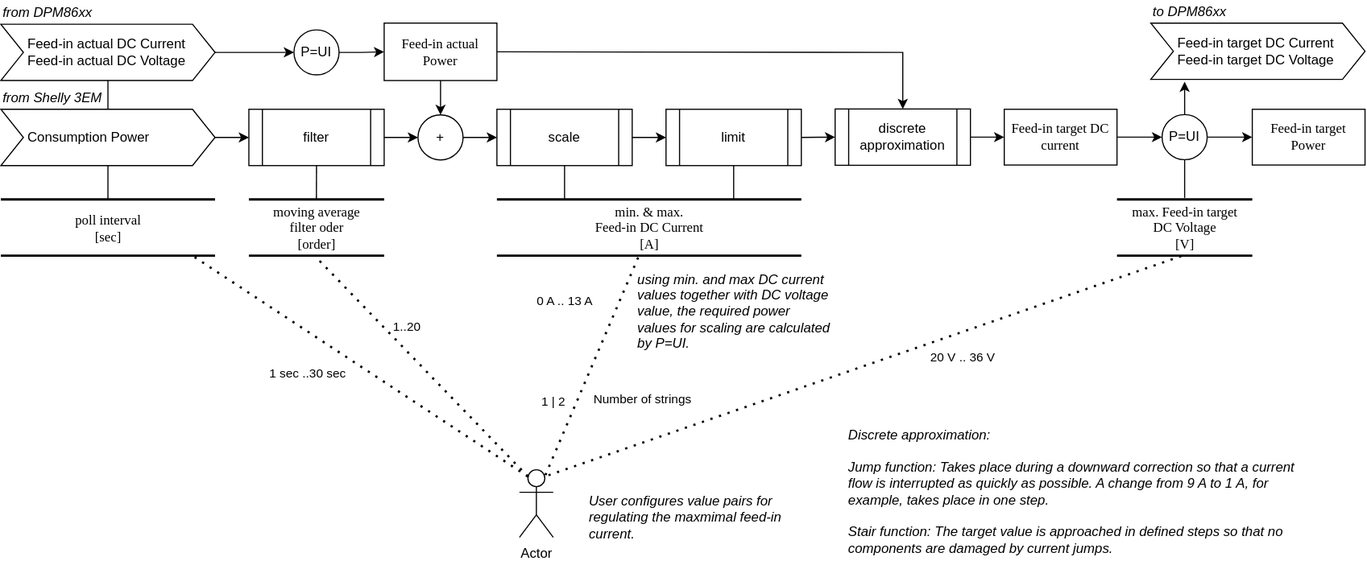
Earlier version of the draw.io export docs/images/processing.drawio.svg (JoTid/PVZero). Source tidied: cells renumbered, new cells last; positions are measured from the earlier drawing's top-left corner, leaving out a move shared by most shapes.
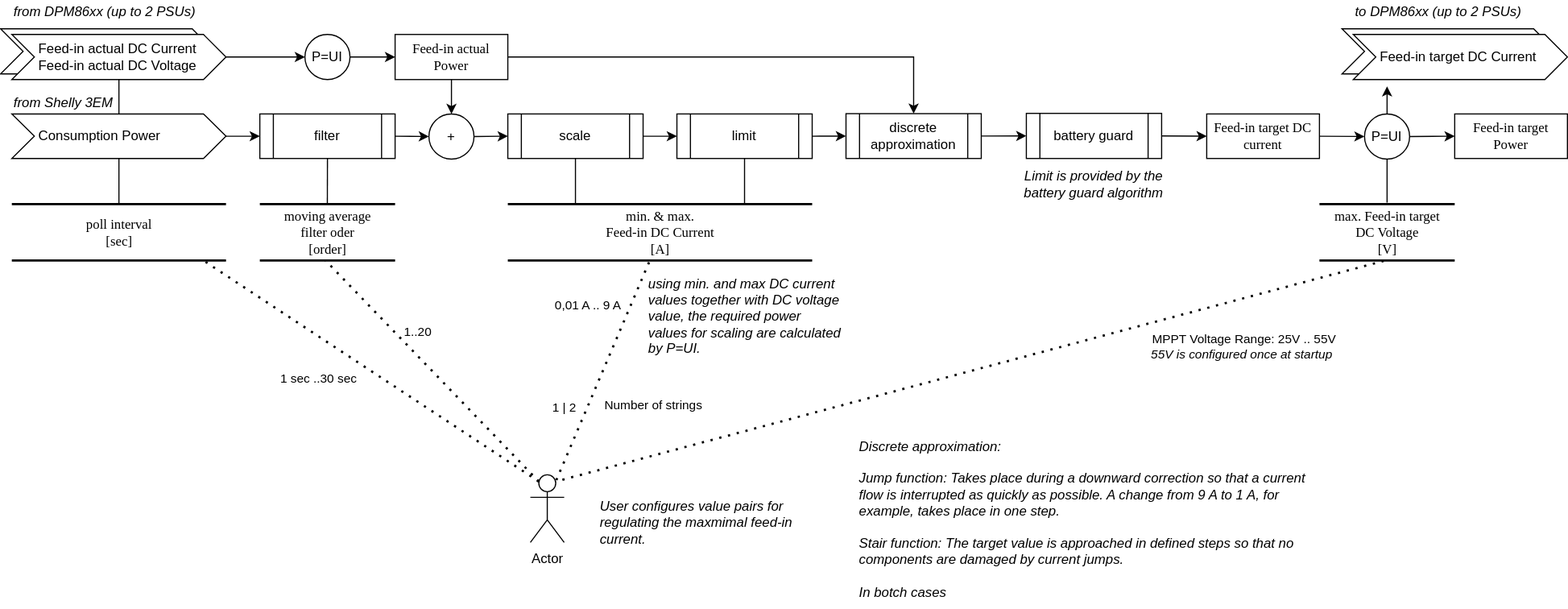
The same diagram one commit later.

Change to the diagram source:
```diff
@@ -3,10 +3,10 @@
     <mxCell id="0" />
     <mxCell id="1" parent="0" />
     <mxCell id="2" value="max. Feed-in target&lt;br&gt;DC Voltage&lt;br&gt;[V]" style="html=1;rounded=0;shadow=0;comic=0;labelBackgroundColor=none;strokeWidth=2;fontFamily=Verdana;fontSize=12;align=center;shape=mxgraph.ios7ui.horLines;fillColor=none;" parent="1" vertex="1">
-      <mxGeometry x="990" y="176.5" width="120" height="50" as="geometry" />
+      <mxGeometry x="1160" y="176.5" width="120" height="50" as="geometry" />
     </mxCell>
     <mxCell id="3" value="filter" style="shape=process;whiteSpace=wrap;html=1;backgroundOutline=1;fillColor=none;" parent="1" vertex="1">
-      <mxGeometry x="220" y="96.5" width="120" height="50" as="geometry" />
+      <mxGeometry x="220" y="96.5" width="120" height="39.5" as="geometry" />
     </mxCell>
     <mxCell id="4" style="endArrow=none;html=1;rounded=0;entryX=0.5;entryY=1;entryDx=0;entryDy=0;" parent="1" edge="1" target="24">
       <mxGeometry relative="1" as="geometry">
@@ -22,7 +22,7 @@
       <mxGeometry x="440" y="176.5" width="270" height="50" as="geometry" />
     </mxCell>
     <mxCell id="7" value="Feed-in target DC current" style="whiteSpace=wrap;html=1;rounded=0;shadow=0;comic=0;labelBackgroundColor=none;strokeWidth=1;fontFamily=Verdana;fontSize=12;align=center;fillColor=none;spacingLeft=0;" parent="1" vertex="1">
-      <mxGeometry x="890" y="96.5" width="100" height="49.5" as="geometry" />
+      <mxGeometry x="1060" y="96.5" width="100" height="39.5" as="geometry" />
     </mxCell>
     <mxCell id="8" value="Actor" style="shape=umlActor;verticalLabelPosition=bottom;verticalAlign=top;html=1;outlineConnect=0;" parent="1" vertex="1">
       <mxGeometry x="460" y="416.5" width="30" height="60" as="geometry" />
@@ -30,11 +30,6 @@
     <mxCell id="9" style="endArrow=none;dashed=1;html=1;dashPattern=1 3;strokeWidth=2;rounded=0;exitX=0.464;exitY=1.031;exitDx=0;exitDy=0;exitPerimeter=0;entryX=0.75;entryY=0.1;entryDx=0;entryDy=0;entryPerimeter=0;" parent="1" edge="1" source="6" target="8">
       <mxGeometry relative="1" as="geometry" />
     </mxCell>
-    <mxCell id="10" value="0 A .. 13 A" style="edgeLabel;html=1;align=center;verticalAlign=middle;" parent="9" vertex="1">
-      <mxGeometry x="-0.05" y="-1" relative="1" as="geometry">
-        <mxPoint x="-25" y="-54" as="offset" />
-      </mxGeometry>
-    </mxCell>
     <mxCell id="11" value="User configures value pairs for regulating the maxmimal feed-in current." style="text;html=1;strokeColor=none;fillColor=none;align=left;verticalAlign=middle;whiteSpace=wrap;rounded=0;fontStyle=2;" parent="1" vertex="1">
       <mxGeometry x="520" y="436.5" width="175" height="45" as="geometry" />
     </mxCell>
@@ -76,7 +71,7 @@
       <mxGeometry relative="1" as="geometry" />
     </mxCell>
     <mxCell id="21" value="+" style="ellipse;whiteSpace=wrap;html=1;" parent="1" vertex="1">
-      <mxGeometry x="370" y="101.5" width="40" height="40" as="geometry" />
+      <mxGeometry x="370" y="96.5" width="40" height="40" as="geometry" />
     </mxCell>
     <mxCell id="22" style="edgeStyle=orthogonalEdgeStyle;rounded=0;jettySize=auto;html=1;exitX=1;exitY=0.5;exitDx=0;exitDy=0;entryX=0;entryY=0.5;entryDx=0;entryDy=0;" parent="1" edge="1" source="23" target="29">
       <mxGeometry relative="1" as="geometry" />
@@ -85,24 +80,24 @@
       <mxGeometry x="260" y="26" width="40" height="40" as="geometry" />
     </mxCell>
     <mxCell id="24" value="scale" style="shape=process;whiteSpace=wrap;html=1;backgroundOutline=1;fillColor=none;" parent="1" vertex="1">
-      <mxGeometry x="440" y="96.5" width="120" height="50" as="geometry" />
+      <mxGeometry x="440" y="96.5" width="120" height="39.5" as="geometry" />
     </mxCell>
     <mxCell id="25" style="endArrow=none;dashed=1;html=1;dashPattern=1 3;strokeWidth=2;rounded=0;exitX=0.475;exitY=1.007;exitDx=0;exitDy=0;exitPerimeter=0;entryX=0.75;entryY=0.1;entryDx=0;entryDy=0;entryPerimeter=0;" parent="1" edge="1" source="2" target="8">
       <mxGeometry relative="1" as="geometry" />
     </mxCell>
-    <mxCell id="26" value="20 V .. 36 V" style="edgeLabel;html=1;align=center;verticalAlign=middle;" parent="25" vertex="1">
+    <mxCell id="26" value="MPPT Voltage Range:&amp;nbsp;25V .. 55V" style="edgeLabel;html=1;align=left;verticalAlign=middle;" parent="25" vertex="1">
       <mxGeometry x="-0.05" y="-1" relative="1" as="geometry">
-        <mxPoint x="74" y="-2" as="offset" />
+        <mxPoint x="142" y="-23" as="offset" />
       </mxGeometry>
     </mxCell>
     <mxCell id="27" value="Consumption Power" style="shape=step;perimeter=stepPerimeter;whiteSpace=wrap;html=1;fixedSize=1;spacingLeft=22;align=left;" parent="1" vertex="1">
-      <mxGeometry y="96.5" width="190" height="50" as="geometry" />
+      <mxGeometry y="96.5" width="190" height="39.5" as="geometry" />
     </mxCell>
-    <mxCell id="28" value="Feed-in actual DC Current&lt;br&gt;Feed-in actual DC Voltage" style="shape=step;perimeter=stepPerimeter;whiteSpace=wrap;html=1;fixedSize=1;align=left;spacingLeft=22;" parent="1" vertex="1">
-      <mxGeometry y="21" width="190" height="50" as="geometry" />
+    <mxCell id="28" style="shape=step;perimeter=stepPerimeter;whiteSpace=wrap;html=1;fixedSize=1;align=left;spacingLeft=22;size=20;" parent="1" vertex="1">
+      <mxGeometry x="-10" y="21" width="190" height="40" as="geometry" />
     </mxCell>
     <mxCell id="29" value="Feed-in actual&lt;br&gt;Power" style="whiteSpace=wrap;html=1;rounded=0;shadow=0;comic=0;labelBackgroundColor=none;strokeWidth=1;fontFamily=Verdana;fontSize=12;align=center;fillColor=none;" parent="1" vertex="1">
-      <mxGeometry x="340" y="20" width="100" height="51" as="geometry" />
+      <mxGeometry x="340" y="26" width="100" height="40" as="geometry" />
     </mxCell>
     <mxCell id="30" style="endArrow=classic;html=1;rounded=0;exitX=1;exitY=0.5;exitDx=0;exitDy=0;entryX=0;entryY=0.5;entryDx=0;entryDy=0;" parent="1" edge="1" source="21" target="24">
       <mxGeometry relative="1" as="geometry" />
@@ -110,20 +105,20 @@
     <mxCell id="31" style="endArrow=classic;html=1;rounded=0;exitX=1;exitY=0.5;exitDx=0;exitDy=0;entryX=0;entryY=0.5;entryDx=0;entryDy=0;" parent="1" edge="1" source="3" target="21">
       <mxGeometry relative="1" as="geometry" />
     </mxCell>
-    <mxCell id="32" style="endArrow=classic;html=1;rounded=0;exitX=1;exitY=0.5;exitDx=0;exitDy=0;entryX=0;entryY=0.5;entryDx=0;entryDy=0;" parent="1" edge="1" source="28" target="23">
+    <mxCell id="32" style="endArrow=classic;html=1;rounded=0;exitX=1;exitY=0.5;exitDx=0;exitDy=0;entryX=0;entryY=0.5;entryDx=0;entryDy=0;" parent="1" edge="1" source="55" target="23">
       <mxGeometry relative="1" as="geometry" />
     </mxCell>
     <mxCell id="33" style="endArrow=classic;html=1;rounded=0;exitX=1;exitY=0.5;exitDx=0;exitDy=0;entryX=0;entryY=0.5;entryDx=0;entryDy=0;" parent="1" edge="1" source="27" target="3">
       <mxGeometry relative="1" as="geometry" />
     </mxCell>
     <mxCell id="34" value="Feed-in target&lt;br&gt;Power" style="whiteSpace=wrap;html=1;rounded=0;shadow=0;comic=0;labelBackgroundColor=none;strokeWidth=1;fontFamily=Verdana;fontSize=12;align=center;fillColor=none;spacingLeft=0;" parent="1" vertex="1">
-      <mxGeometry x="1110" y="96.5" width="100" height="49.5" as="geometry" />
+      <mxGeometry x="1280" y="96.5" width="100" height="39.5" as="geometry" />
     </mxCell>
     <mxCell id="35" value="P=UI" style="ellipse;whiteSpace=wrap;html=1;" parent="1" vertex="1">
-      <mxGeometry x="1030" y="101.2" width="40" height="40" as="geometry" />
+      <mxGeometry x="1200" y="96.5" width="40" height="40" as="geometry" />
     </mxCell>
     <mxCell id="36" value="limit" style="shape=process;whiteSpace=wrap;html=1;backgroundOutline=1;fillColor=none;" parent="1" vertex="1">
-      <mxGeometry x="590" y="96.5" width="120" height="50" as="geometry" />
+      <mxGeometry x="590" y="96.5" width="120" height="39.5" as="geometry" />
     </mxCell>
     <mxCell id="37" style="endArrow=classic;html=1;rounded=0;exitX=1;exitY=0.5;exitDx=0;exitDy=0;entryX=0;entryY=0.5;entryDx=0;entryDy=0;" parent="1" edge="1" source="7" target="35">
       <mxGeometry relative="1" as="geometry" />
@@ -134,7 +129,7 @@
     <mxCell id="39" style="endArrow=none;html=1;rounded=0;entryX=0.5;entryY=1;entryDx=0;entryDy=0;exitX=0.5;exitY=-0.027;exitDx=0;exitDy=0;exitPerimeter=0;" parent="1" edge="1" source="2" target="35">
       <mxGeometry relative="1" as="geometry" />
     </mxCell>
-    <mxCell id="40" style="endArrow=none;html=1;rounded=0;entryX=0.5;entryY=1;entryDx=0;entryDy=0;exitX=0.5;exitY=0;exitDx=0;exitDy=0;" parent="1" edge="1" source="27" target="28">
+    <mxCell id="40" style="endArrow=none;html=1;rounded=0;entryX=0.5;entryY=1;entryDx=0;entryDy=0;exitX=0.5;exitY=0;exitDx=0;exitDy=0;" parent="1" edge="1" source="27" target="55">
       <mxGeometry relative="1" as="geometry" />
     </mxCell>
     <mxCell id="41" style="endArrow=classic;html=1;rounded=0;entryX=0;entryY=0.5;entryDx=0;entryDy=0;exitX=1;exitY=0.5;exitDx=0;exitDy=0;" parent="1" edge="1" source="24" target="36">
@@ -143,34 +138,34 @@
     <mxCell id="42" value="using min. and max DC current values together with DC voltage value, the required power values for scaling are calculated by P=UI." style="text;html=1;strokeColor=none;fillColor=none;align=left;verticalAlign=middle;whiteSpace=wrap;rounded=0;fontStyle=2;" parent="1" vertex="1">
       <mxGeometry x="562.5" y="236" width="175" height="80" as="geometry" />
     </mxCell>
-    <mxCell id="43" value="Feed-in target DC Current&lt;br style=&quot;border-color: var(--border-color);&quot;&gt;Feed-in target DC Voltage" style="shape=step;perimeter=stepPerimeter;whiteSpace=wrap;html=1;fixedSize=1;spacingLeft=22;align=left;" parent="1" vertex="1">
-      <mxGeometry x="1020" y="20" width="190" height="50" as="geometry" />
+    <mxCell id="43" style="shape=step;perimeter=stepPerimeter;whiteSpace=wrap;html=1;fixedSize=1;spacingLeft=22;align=left;" parent="1" vertex="1">
+      <mxGeometry x="1180" y="21" width="190" height="40" as="geometry" />
     </mxCell>
     <mxCell id="44" style="endArrow=classic;html=1;rounded=0;exitX=0.5;exitY=0;exitDx=0;exitDy=0;" parent="1" edge="1" source="35">
       <mxGeometry relative="1" as="geometry">
-        <mxPoint x="1050" y="72" as="targetPoint" />
+        <mxPoint x="1220" y="72" as="targetPoint" />
       </mxGeometry>
     </mxCell>
-    <mxCell id="45" value="&lt;i&gt;to DPM86xx&lt;/i&gt;" style="text;html=1;align=left;verticalAlign=middle;whiteSpace=wrap;rounded=0;" parent="1" vertex="1">
-      <mxGeometry x="1020" width="110" height="20" as="geometry" />
+    <mxCell id="45" value="&lt;i&gt;to DPM86xx (up to 2 PSUs)&lt;/i&gt;" style="text;html=1;align=left;verticalAlign=middle;whiteSpace=wrap;rounded=0;" parent="1" vertex="1">
+      <mxGeometry x="1190" y="-4" width="160" height="20" as="geometry" />
     </mxCell>
-    <mxCell id="46" value="&lt;i&gt;from DPM86xx&lt;/i&gt;" style="text;html=1;align=left;verticalAlign=middle;whiteSpace=wrap;rounded=0;" parent="1" vertex="1">
-      <mxGeometry y="1" width="110" height="20" as="geometry" />
+    <mxCell id="46" value="&lt;i&gt;from DPM86xx (up to 2 PSUs)&lt;/i&gt;" style="text;html=1;align=left;verticalAlign=middle;whiteSpace=wrap;rounded=0;" parent="1" vertex="1">
+      <mxGeometry y="-4" width="180" height="20" as="geometry" />
     </mxCell>
     <mxCell id="47" value="&lt;i&gt;from Shelly 3EM&lt;/i&gt;" style="text;html=1;align=left;verticalAlign=middle;whiteSpace=wrap;rounded=0;" parent="1" vertex="1">
       <mxGeometry y="76.5" width="110" height="20" as="geometry" />
     </mxCell>
     <mxCell id="48" value="discrete approximation" style="shape=process;whiteSpace=wrap;html=1;backgroundOutline=1;fillColor=none;" parent="1" vertex="1">
-      <mxGeometry x="740" y="96.2" width="120" height="50" as="geometry" />
+      <mxGeometry x="740" y="96.2" width="120" height="39.8" as="geometry" />
     </mxCell>
     <mxCell id="49" style="endArrow=classic;html=1;rounded=0;entryX=0;entryY=0.5;entryDx=0;entryDy=0;exitX=1;exitY=0.5;exitDx=0;exitDy=0;" parent="1" edge="1" source="36" target="48">
       <mxGeometry relative="1" as="geometry" />
     </mxCell>
-    <mxCell id="50" style="endArrow=classic;html=1;rounded=0;entryX=0;entryY=0.5;entryDx=0;entryDy=0;exitX=1;exitY=0.5;exitDx=0;exitDy=0;" parent="1" edge="1" source="48" target="7">
+    <mxCell id="50" style="endArrow=classic;html=1;rounded=0;entryX=0;entryY=0.5;entryDx=0;entryDy=0;exitX=1;exitY=0.5;exitDx=0;exitDy=0;" parent="1" edge="1" source="48" target="57">
       <mxGeometry relative="1" as="geometry" />
     </mxCell>
-    <mxCell id="51" value="&lt;div&gt;Discrete approximation:&lt;br&gt;&lt;/div&gt;&lt;div&gt;&lt;br&gt;&lt;/div&gt;&lt;div&gt;Jump function: Takes place during a downward correction so that a current flow is interrupted as quickly as possible. A change from 9 A to 1 A, for example, takes place in one step.&lt;/div&gt;&lt;div&gt;&lt;br&gt;&lt;/div&gt;&lt;div&gt;Stair function: The target value is approached in defined steps so that no components are damaged by current jumps.&lt;/div&gt;" style="text;html=1;strokeColor=none;fillColor=none;align=left;verticalAlign=middle;whiteSpace=wrap;rounded=0;fontStyle=2;" parent="1" vertex="1">
-      <mxGeometry x="750" y="376" width="400" height="120" as="geometry" />
+    <mxCell id="51" value="&lt;div&gt;Discrete approximation:&lt;br&gt;&lt;/div&gt;&lt;div&gt;&lt;br&gt;&lt;/div&gt;&lt;div&gt;Jump function: Takes place during a downward correction so that a current flow is interrupted as quickly as possible. A change from 9 A to 1 A, for example, takes place in one step.&lt;/div&gt;&lt;div&gt;&lt;br&gt;&lt;/div&gt;&lt;div&gt;Stair function: The target value is approached in defined steps so that no components are damaged by current jumps.&lt;/div&gt;&lt;div&gt;&lt;br&gt;&lt;/div&gt;&lt;div&gt;In botch cases&amp;nbsp;&lt;/div&gt;" style="text;html=1;strokeColor=none;fillColor=none;align=left;verticalAlign=middle;whiteSpace=wrap;rounded=0;fontStyle=2;" parent="1" vertex="1">
+      <mxGeometry x="750" y="376" width="400" height="160" as="geometry" />
     </mxCell>
     <mxCell id="52" style="endArrow=classic;html=1;rounded=0;exitX=1;exitY=0.5;exitDx=0;exitDy=0;entryX=0.5;entryY=0;entryDx=0;entryDy=0;" parent="1" edge="1" source="29" target="48">
       <mxGeometry relative="1" as="geometry">
@@ -187,5 +182,26 @@
     <mxCell id="54" value="1 | 2" style="edgeLabel;html=1;align=center;verticalAlign=middle;" parent="1" vertex="1">
       <mxGeometry x="490" y="356" as="geometry" />
     </mxCell>
+    <mxCell id="55" value="Feed-in actual DC Current&lt;br&gt;Feed-in actual DC Voltage" style="shape=step;perimeter=stepPerimeter;whiteSpace=wrap;html=1;fixedSize=1;align=left;spacingLeft=22;" parent="1" vertex="1">
+      <mxGeometry y="26" width="190" height="40" as="geometry" />
+    </mxCell>
+    <mxCell id="56" value="Feed-in target DC Current" style="shape=step;perimeter=stepPerimeter;whiteSpace=wrap;html=1;fixedSize=1;spacingLeft=22;align=left;" parent="1" vertex="1">
+      <mxGeometry x="1190" y="26" width="190" height="40" as="geometry" />
+    </mxCell>
+    <mxCell id="57" value="battery guard" style="shape=process;whiteSpace=wrap;html=1;backgroundOutline=1;fillColor=none;" parent="1" vertex="1">
+      <mxGeometry x="900" y="96" width="120" height="40" as="geometry" />
+    </mxCell>
+    <mxCell id="58" value="Limit is provided by the battery guard algorithm" style="text;html=1;strokeColor=none;fillColor=none;align=center;verticalAlign=middle;whiteSpace=wrap;rounded=0;fontStyle=2;" parent="1" vertex="1">
+      <mxGeometry x="890" y="136.5" width="140" height="45" as="geometry" />
+    </mxCell>
+    <mxCell id="59" value="0,01 A .. 9 A" style="edgeLabel;html=1;align=center;verticalAlign=middle;" parent="1" vertex="1">
+      <mxGeometry x="510" y="266" as="geometry" />
+    </mxCell>
+    <mxCell id="60" style="endArrow=classic;html=1;rounded=0;exitX=1;exitY=0.5;exitDx=0;exitDy=0;entryX=0;entryY=0.5;entryDx=0;entryDy=0;" parent="1" edge="1" source="57" target="7">
+      <mxGeometry relative="1" as="geometry" />
+    </mxCell>
+    <mxCell id="61" value="55V is configured once at startup" style="edgeLabel;html=1;align=left;verticalAlign=middle;fontStyle=2;" parent="1" vertex="1">
+      <mxGeometry x="1009" y="309" as="geometry" />
+    </mxCell>
   </root>
 </mxGraphModel>
```
